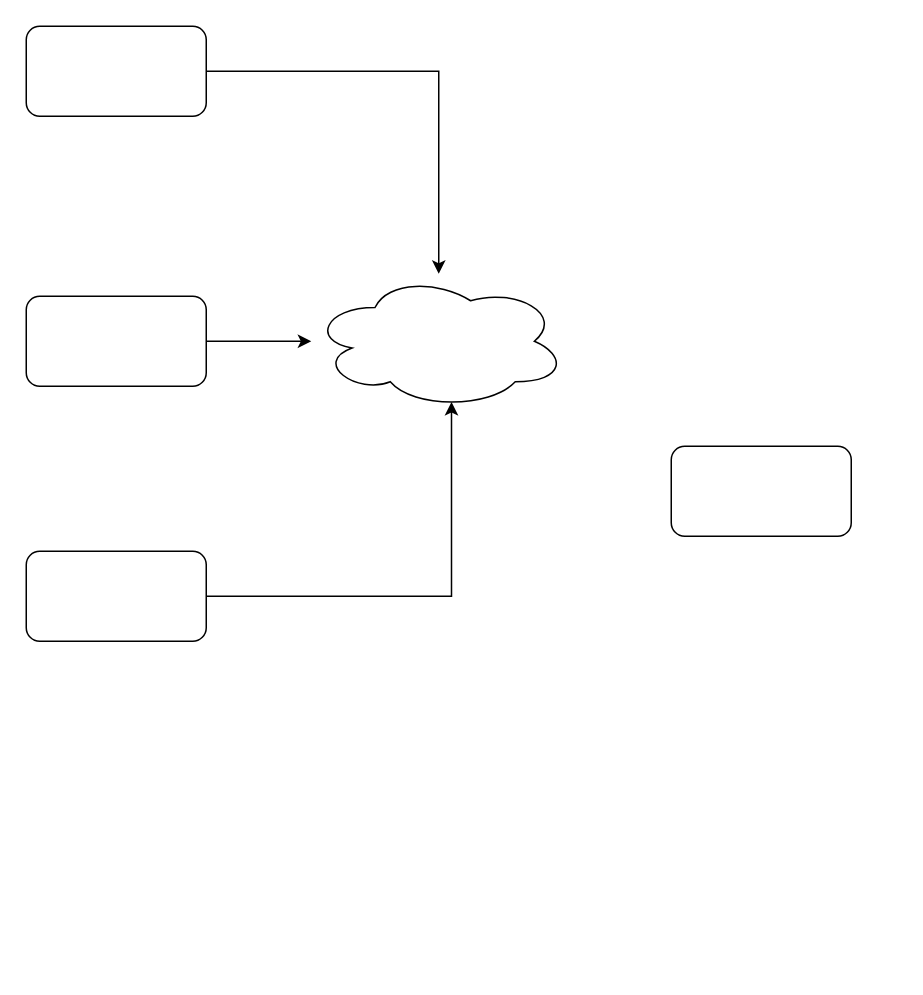
Earlier version of the draw.io diagram Untitled Diagram.drawio (Sadeepap/SampleR). Source tidied: cells renumbered, new cells numbered last; positions are measured from the earlier drawing's top-left corner, leaving out a move shared by most shapes. Both pictures are drawn from the tidied source at 150%, with x=0, y=0 at pixel (26, 26). Pictures stored in the file or linked from it are replaced by grey dashed boxes.
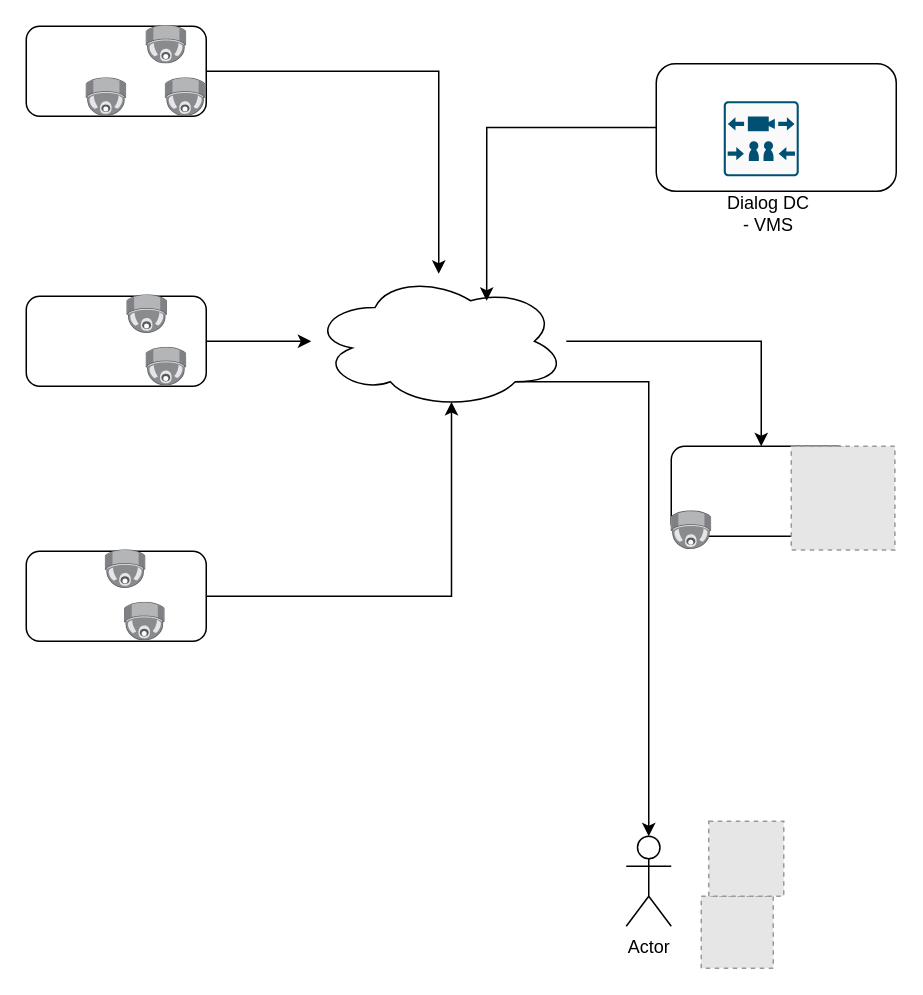
The same diagram, later.

Unchanged cells that the change refers to:
```xml
<mxCell id="7" style="ellipse;shape=cloud;whiteSpace=wrap;html=1;" parent="1" vertex="1">
  <mxGeometry x="190" y="165" width="170" height="90" as="geometry" />
</mxCell>
<mxCell id="8" style="rounded=1;whiteSpace=wrap;html=1;" parent="1" vertex="1">
  <mxGeometry x="430" y="280" width="120" height="60" as="geometry" />
</mxCell>
```

What changed in the source:
```diff
@@
+    <mxCell id="10" style="edgeStyle=orthogonalEdgeStyle;rounded=0;jettySize=auto;html=1;" parent="1" edge="1" source="7" target="8">
+      <mxGeometry relative="1" as="geometry" />
+    </mxCell>
@@
+    <mxCell id="11" style="image;html=1;align=center;shadow=0;dashed=0;image=img/lib/allied_telesis/security/Surveillance_Camera_Ceiling.svg;" parent="1" vertex="1">
+      <mxGeometry x="80" y="-0.5" width="27.2" height="25.9" as="geometry" />
+    </mxCell>
+    <mxCell id="12" style="image;html=1;align=center;shadow=0;dashed=0;image=img/lib/allied_telesis/security/Surveillance_Camera_Ceiling.svg;" parent="1" vertex="1">
+      <mxGeometry x="40" y="34.5" width="27.2" height="25.9" as="geometry" />
+    </mxCell>
+    <mxCell id="13" style="image;html=1;align=center;shadow=0;dashed=0;image=img/lib/allied_telesis/security/Surveillance_Camera_Ceiling.svg;" parent="1" vertex="1">
+      <mxGeometry x="92.8" y="34.5" width="27.2" height="25.9" as="geometry" />
+    </mxCell>
+    <mxCell id="14" style="image;html=1;align=center;shadow=0;dashed=0;image=img/lib/allied_telesis/security/Surveillance_Camera_Ceiling.svg;" parent="1" vertex="1">
+      <mxGeometry x="67.2" y="179.1" width="27.2" height="25.9" as="geometry" />
+    </mxCell>
+    <mxCell id="15" style="image;html=1;align=center;shadow=0;dashed=0;image=img/lib/allied_telesis/security/Surveillance_Camera_Ceiling.svg;" parent="1" vertex="1">
+      <mxGeometry x="80" y="214.1" width="27.2" height="25.9" as="geometry" />
+    </mxCell>
+    <mxCell id="16" style="image;html=1;align=center;shadow=0;dashed=0;image=img/lib/allied_telesis/security/Surveillance_Camera_Ceiling.svg;" parent="1" vertex="1">
+      <mxGeometry x="52.8" y="349.1" width="27.2" height="25.9" as="geometry" />
+    </mxCell>
+    <mxCell id="17" style="image;html=1;align=center;shadow=0;dashed=0;image=img/lib/allied_telesis/security/Surveillance_Camera_Ceiling.svg;" parent="1" vertex="1">
+      <mxGeometry x="65.6" y="384.1" width="27.2" height="25.9" as="geometry" />
+    </mxCell>
+    <mxCell id="18" style="image;html=1;align=center;shadow=0;dashed=0;image=img/lib/allied_telesis/security/Surveillance_Camera_Ceiling.svg;" parent="1" vertex="1">
+      <mxGeometry x="430" y="323.2" width="27.2" height="25.9" as="geometry" />
+    </mxCell>
+    <mxCell id="19" style="rounded=1;whiteSpace=wrap;html=1;" parent="1" vertex="1">
+      <mxGeometry x="420" y="25" width="160" height="85" as="geometry" />
+    </mxCell>
+    <mxCell id="20" style="sketch=0;verticalLabelPosition=bottom;html=1;verticalAlign=top;align=center;shape=mxgraph.cisco19.rect;prIcon=video_call_server;fillColor=#FAFAFA;strokeColor=#005073;" parent="1" vertex="1">
+      <mxGeometry x="465" y="50" width="50" height="50" as="geometry" />
+    </mxCell>
+    <mxCell id="21" style="edgeStyle=orthogonalEdgeStyle;rounded=0;jettySize=auto;html=1;entryX=0.688;entryY=0.2;entryDx=0;entryDy=0;entryPerimeter=0;" parent="1" edge="1" source="19" target="7">
+      <mxGeometry relative="1" as="geometry" />
+    </mxCell>
+    <mxCell id="22" value="Dialog DC - VMS" style="text;html=1;strokeColor=none;fillColor=none;align=center;verticalAlign=middle;whiteSpace=wrap;rounded=0;" parent="1" vertex="1">
+      <mxGeometry x="465" y="110" width="60" height="30" as="geometry" />
+    </mxCell>
+    <mxCell id="23" style="fillColor=#E6E6E6;strokeColor=#999999;dashed=1;html=1;verticalAlign=top;verticalLabelPosition=bottom;labelBackgroundColor=#ffffff;" parent="1" vertex="1">
+      <mxGeometry x="510" y="280" width="69.1" height="69.1" as="geometry" />
+    </mxCell>
+    <mxCell id="24" value="Actor" style="shape=umlActor;verticalLabelPosition=bottom;verticalAlign=top;html=1;outlineConnect=0;" parent="1" vertex="1">
+      <mxGeometry x="400" y="540" width="30" height="60" as="geometry" />
+    </mxCell>
+    <mxCell id="25" style="edgeStyle=orthogonalEdgeStyle;rounded=0;jettySize=auto;html=1;exitX=0.8;exitY=0.8;exitDx=0;exitDy=0;exitPerimeter=0;entryX=0.5;entryY=0;entryDx=0;entryDy=0;entryPerimeter=0;" parent="1" edge="1" source="7" target="24">
+      <mxGeometry relative="1" as="geometry" />
+    </mxCell>
+    <mxCell id="26" style="fillColor=#E6E6E6;strokeColor=#999999;dashed=1;html=1;verticalAlign=top;verticalLabelPosition=bottom;labelBackgroundColor=#ffffff;" parent="1" vertex="1">
+      <mxGeometry x="450" y="580" width="48" height="48" as="geometry" />
+    </mxCell>
+    <mxCell id="27" style="fillColor=#E6E6E6;strokeColor=#999999;dashed=1;html=1;verticalAlign=top;verticalLabelPosition=bottom;labelBackgroundColor=#ffffff;" parent="1" vertex="1">
+      <mxGeometry x="455" y="530" width="50" height="50" as="geometry" />
+    </mxCell>
```
